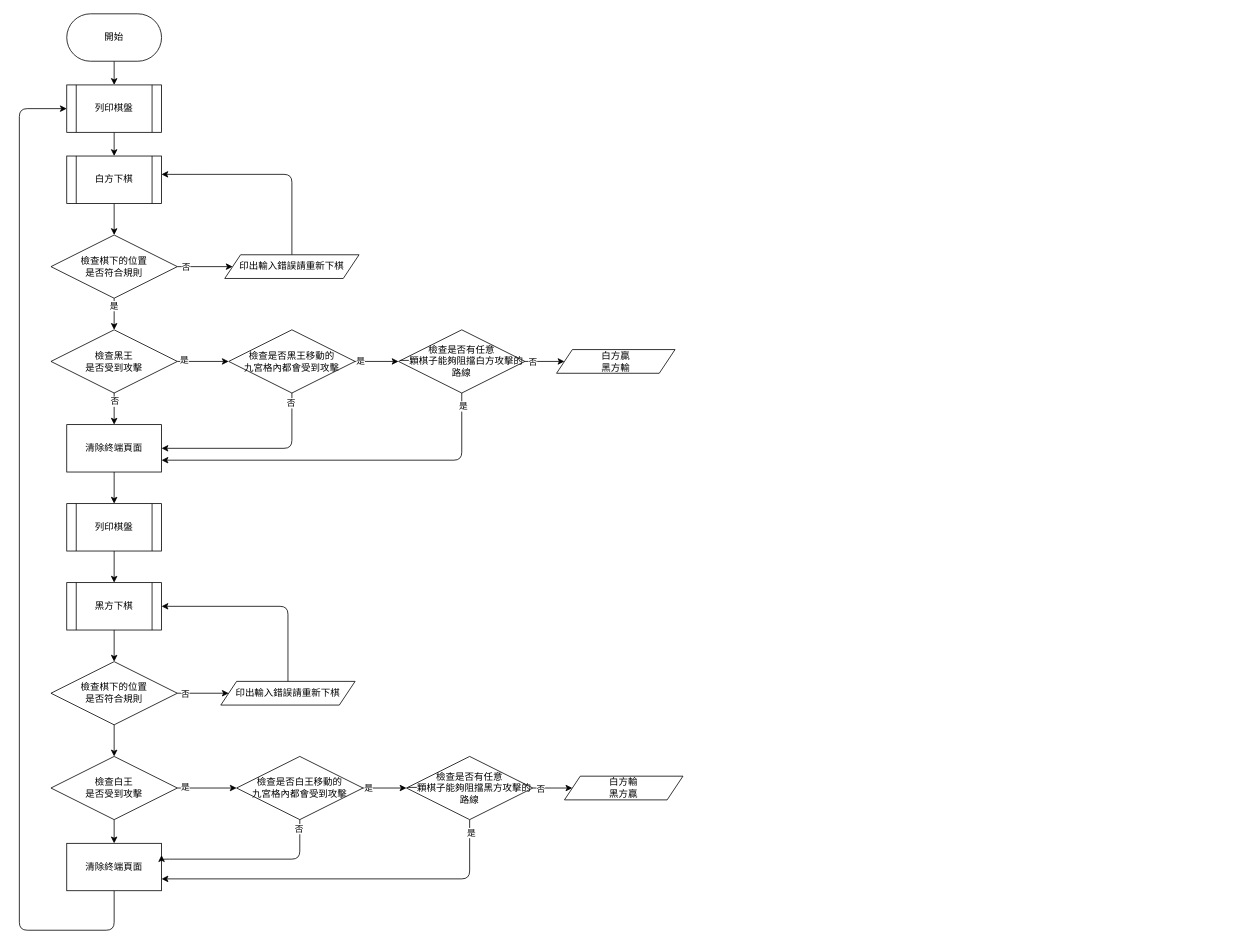
Above: page "Page-1" (1 of 2) of flowchart/chessGame_flowchart.drawio in F-YONG3721/chessGame (draw.io), before the change. Source tidied: cells renumbered, new cells numbered last; positions are measured from the earlier drawing's top-left corner, leaving out a move shared by most shapes. Both pictures are drawn from the tidied source at 79%, with x=0, y=0 at pixel (19, 13).
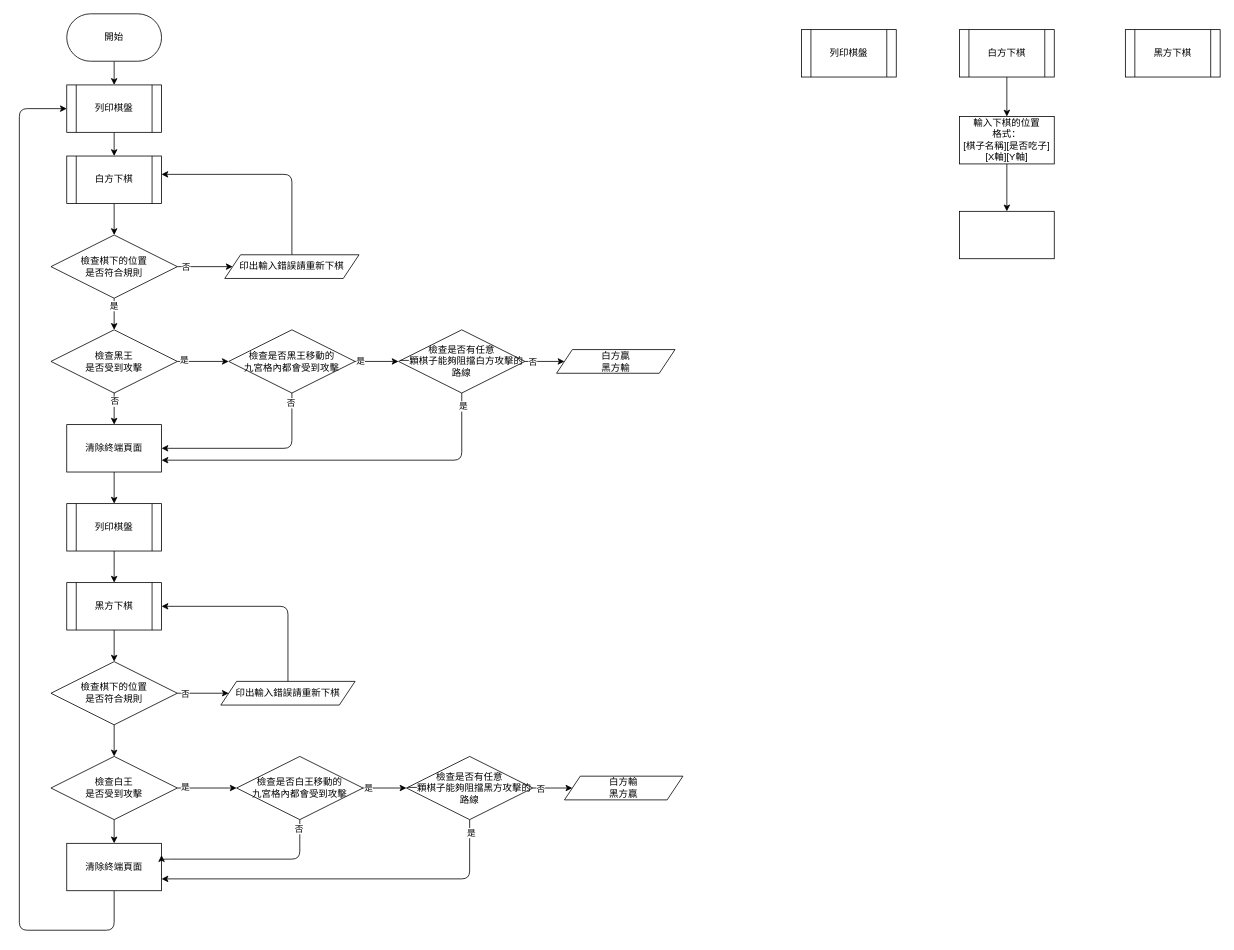
The same diagram, later.

Commit message:
流程圖增新'控制棋子'頁面

The edit, as a diff of the source:
```diff
@@
+    <mxCell id="60" style="edgeStyle=none;html=1;" parent="1" edge="1" source="61" target="65">
+      <mxGeometry relative="1" as="geometry" />
+    </mxCell>
+    <mxCell id="61" value="白方下棋" style="shape=process;whiteSpace=wrap;html=1;backgroundOutline=1;" parent="1" vertex="1">
+      <mxGeometry x="1190" y="20" width="120" height="60" as="geometry" />
+    </mxCell>
+    <mxCell id="62" value="列印棋盤" style="shape=process;whiteSpace=wrap;html=1;backgroundOutline=1;" parent="1" vertex="1">
+      <mxGeometry x="990" y="20" width="120" height="60" as="geometry" />
+    </mxCell>
+    <mxCell id="63" value="黑方下棋" style="shape=process;whiteSpace=wrap;html=1;backgroundOutline=1;" parent="1" vertex="1">
+      <mxGeometry x="1400" y="20" width="120" height="60" as="geometry" />
+    </mxCell>
+    <mxCell id="64" style="edgeStyle=none;html=1;" parent="1" edge="1" source="65" target="66">
+      <mxGeometry relative="1" as="geometry" />
+    </mxCell>
+    <mxCell id="65" value="輸入下棋的位置&lt;br&gt;格式：&lt;br&gt;[棋子名稱][是否吃子][X軸][Y軸]" style="rounded=0;whiteSpace=wrap;html=1;shadow=0;glass=0;sketch=0;" parent="1" vertex="1">
+      <mxGeometry x="1190" y="130" width="120" height="60" as="geometry" />
+    </mxCell>
+    <mxCell id="66" style="whiteSpace=wrap;html=1;rounded=0;shadow=0;glass=0;sketch=0;" parent="1" vertex="1">
+      <mxGeometry x="1190" y="250" width="120" height="60" as="geometry" />
+    </mxCell>
```
